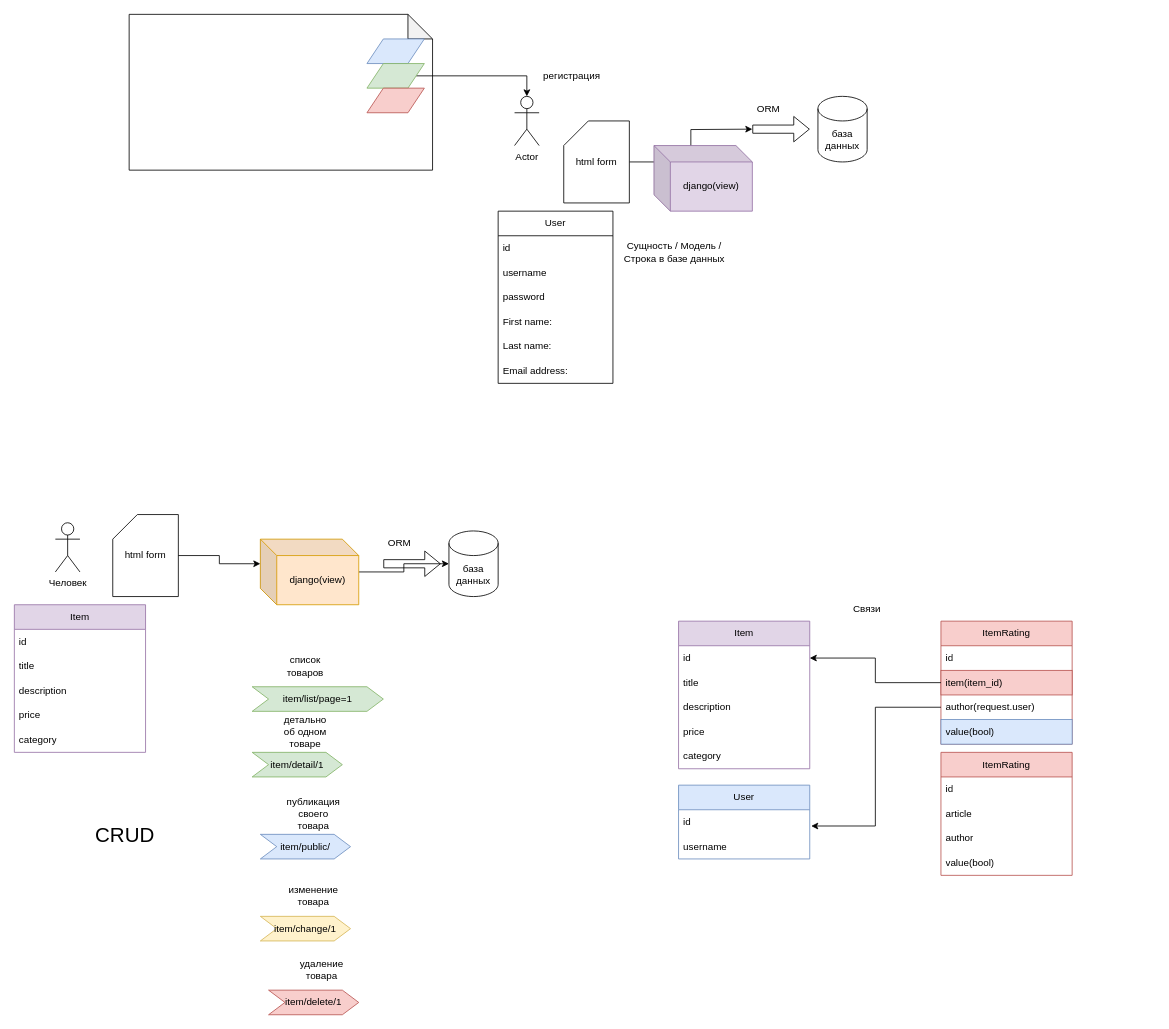
This is projects/6/web_django_olx/схема.drawio from bogdandrienko/PyE-231, a draw.io file, before an edit. Source tidied: cells renumbered, new cells numbered last; positions are measured from the earlier drawing's top-left corner, leaving out a move shared by most shapes. Both pictures are drawn from the tidied source at 82%, with x=0, y=0 at pixel (14, 14).
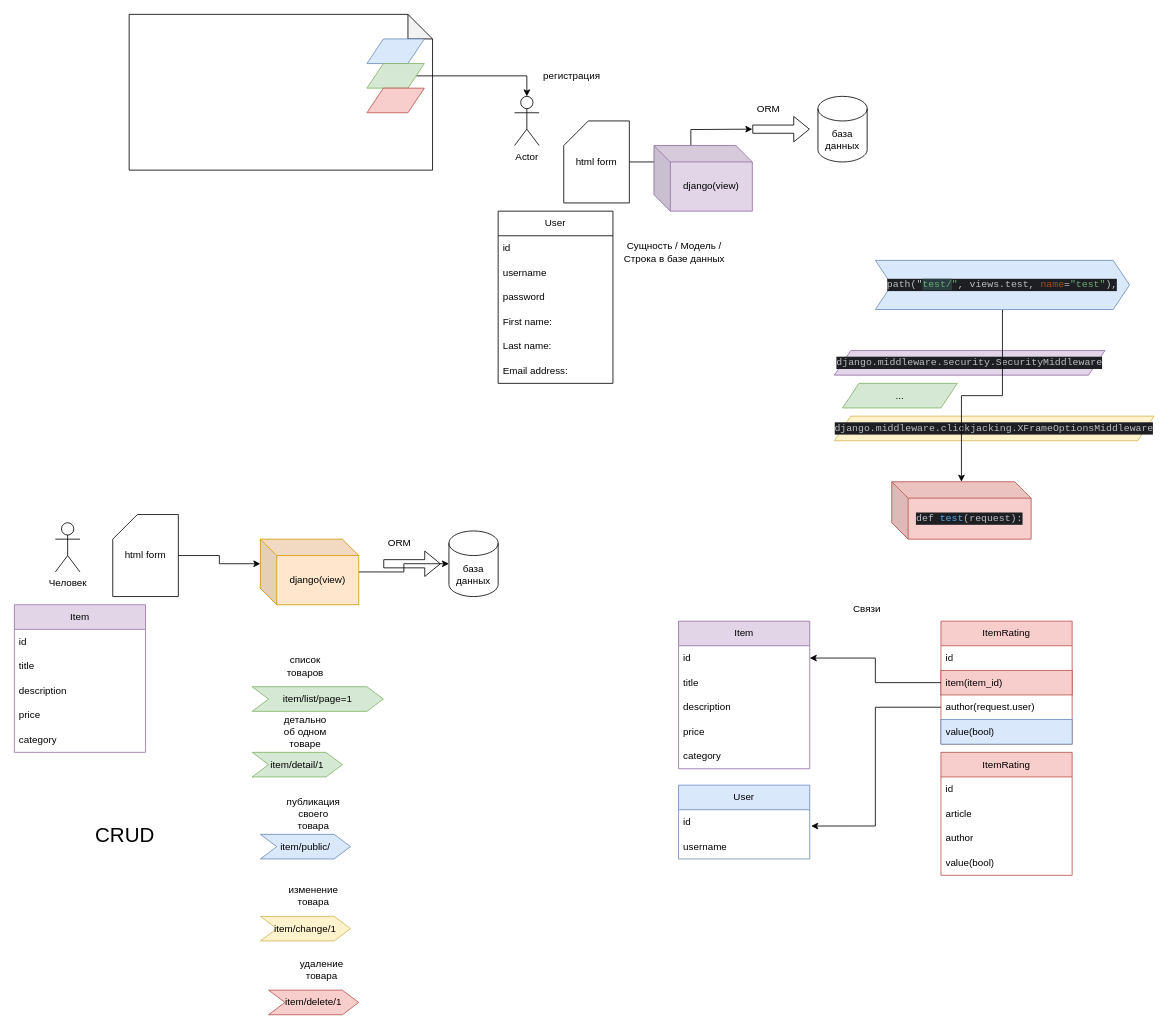
The same diagram, later.

Diff of the diagram source:
```diff
@@
+    <mxCell id="70" value="&lt;div style=&quot;background-color:#1e1f22;color:#bcbec4&quot;&gt;&lt;pre style=&quot;font-family:'JetBrains Mono',monospace;font-size:26,3pt;&quot;&gt;django.middleware.security.SecurityMiddleware&lt;/pre&gt;&lt;/div&gt;" style="shape=parallelogram;perimeter=parallelogramPerimeter;whiteSpace=wrap;html=1;fixedSize=1;fillColor=#e1d5e7;strokeColor=#9673a6;" parent="1" vertex="1">
+      <mxGeometry x="1000" y="410" width="330" height="30" as="geometry" />
+    </mxCell>
+    <mxCell id="71" value="..." style="shape=parallelogram;perimeter=parallelogramPerimeter;whiteSpace=wrap;html=1;fixedSize=1;fillColor=#d5e8d4;strokeColor=#82b366;" parent="1" vertex="1">
+      <mxGeometry x="1010" y="450" width="140" height="30" as="geometry" />
+    </mxCell>
+    <mxCell id="72" value="&lt;div style=&quot;background-color:#1e1f22;color:#bcbec4&quot;&gt;&lt;pre style=&quot;font-family:'JetBrains Mono',monospace;font-size:24,8pt;&quot;&gt;django.middleware.clickjacking.XFrameOptionsMiddleware&lt;/pre&gt;&lt;/div&gt;" style="shape=parallelogram;perimeter=parallelogramPerimeter;whiteSpace=wrap;html=1;fixedSize=1;fillColor=#fff2cc;strokeColor=#d6b656;" parent="1" vertex="1">
+      <mxGeometry x="1000" y="490" width="390" height="30" as="geometry" />
+    </mxCell>
+    <mxCell id="73" value="&lt;div style=&quot;background-color:#1e1f22;color:#bcbec4&quot;&gt;&lt;pre style=&quot;font-family:'JetBrains Mono',monospace;font-size:30,0pt;&quot;&gt;def &lt;span style=&quot;color:#56a8f5;&quot;&gt;test&lt;/span&gt;(request):&lt;/pre&gt;&lt;/div&gt;" style="shape=cube;whiteSpace=wrap;html=1;boundedLbl=1;backgroundOutline=1;darkOpacity=0.05;darkOpacity2=0.1;fillColor=#f8cecc;strokeColor=#b85450;" parent="1" vertex="1">
+      <mxGeometry x="1070" y="570" width="170" height="70" as="geometry" />
+    </mxCell>
+    <mxCell id="74" style="edgeStyle=orthogonalEdgeStyle;rounded=0;jettySize=auto;html=1;" parent="1" edge="1" source="75" target="73">
+      <mxGeometry relative="1" as="geometry" />
+    </mxCell>
+    <mxCell id="75" value="&lt;div style=&quot;background-color:#1e1f22;color:#bcbec4&quot;&gt;&lt;pre style=&quot;font-family:'JetBrains Mono',monospace;font-size:30,0pt;&quot;&gt;path(&quot;&lt;span style=&quot;color:#6aab73;background-color:#293c40;&quot;&gt;test/&lt;/span&gt;&lt;span style=&quot;color:#6aab73;&quot;&gt;&quot;&lt;/span&gt;, views.test, &lt;span style=&quot;color:#aa4926;&quot;&gt;name&lt;/span&gt;=&lt;span style=&quot;color:#6aab73;&quot;&gt;&quot;test&quot;&lt;/span&gt;),&lt;/pre&gt;&lt;/div&gt;" style="shape=step;perimeter=stepPerimeter;whiteSpace=wrap;html=1;fixedSize=1;fillColor=#dae8fc;strokeColor=#6c8ebf;" parent="1" vertex="1">
+      <mxGeometry x="1050" y="300" width="310" height="60" as="geometry" />
+    </mxCell>
```
